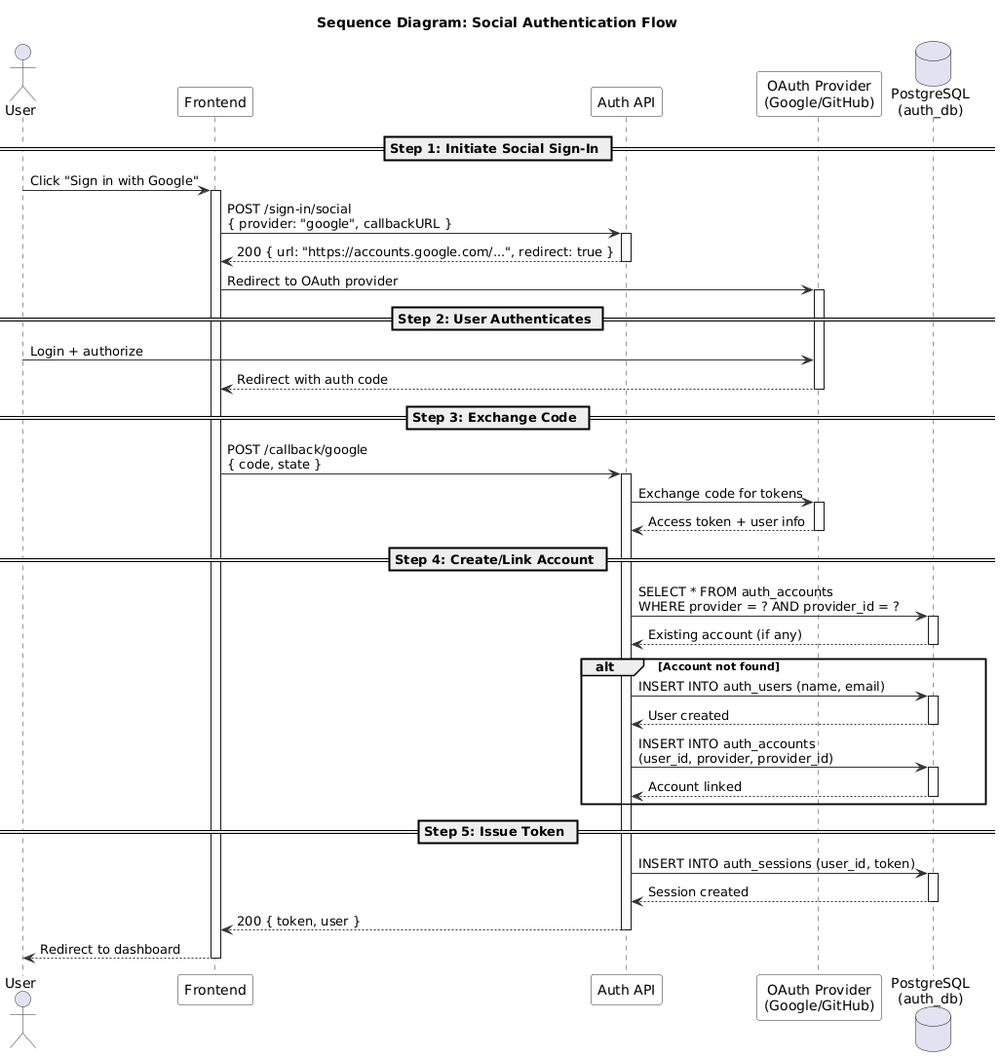
This is modules/dist/auth/images/sequence/social-auth-sequence.png from namnh240795/document, a PlantUML export, as it was before one commit.
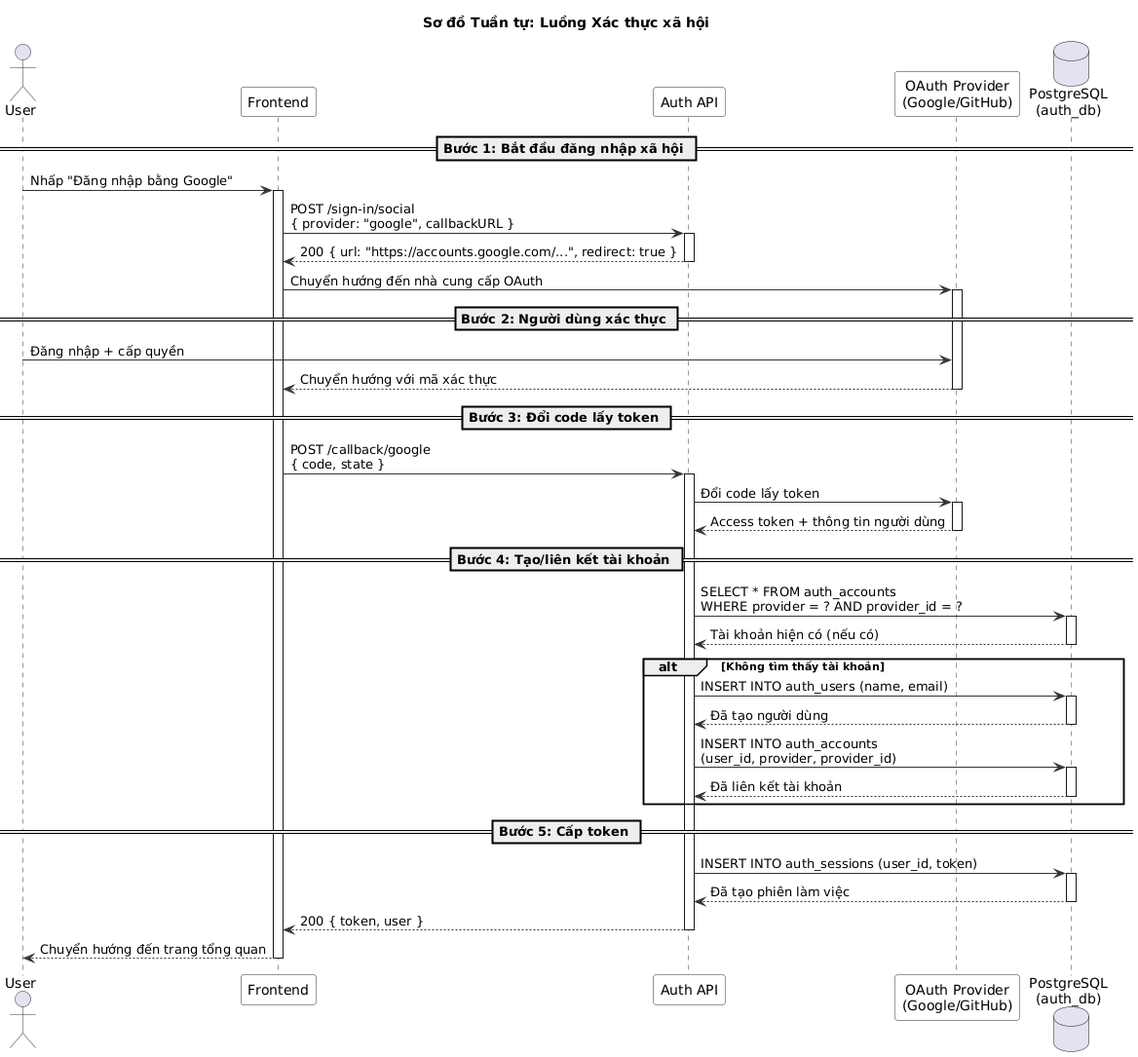
Later version of the same file.

What changed in the source:
```diff
@@ -8,7 +8,7 @@
   ParticipantBorderColor #333333
 }
 
-title Sequence Diagram: Social Authentication Flow
+title Sơ đồ Tuần tự: Luồng Xác thực xã hội
 
 actor User
 participant "Frontend" as FE
@@ -16,9 +16,9 @@
 participant "OAuth Provider\n(Google/GitHub)" as OAuth
 database "PostgreSQL\n(auth_db)" as DB
 
-== Step 1: Initiate Social Sign-In ==
+== Bước 1: Bắt đầu đăng nhập xã hội ==
 
-User -> FE : Click "Sign in with Google"
+User -> FE : Nhấp "Đăng nhập bằng Google"
 activate FE
 
 FE -> API : POST /sign-in/social\n{ provider: "google", callbackURL }
@@ -27,55 +27,55 @@
 API --> FE : 200 { url: "https://accounts.google.com/...", redirect: true }
 deactivate API
 
-FE -> OAuth : Redirect to OAuth provider
+FE -> OAuth : Chuyển hướng đến nhà cung cấp OAuth
 activate OAuth
 
-== Step 2: User Authenticates ==
+== Bước 2: Người dùng xác thực ==
 
-User -> OAuth : Login + authorize
-OAuth --> FE : Redirect with auth code
+User -> OAuth : Đăng nhập + cấp quyền
+OAuth --> FE : Chuyển hướng với mã xác thực
 deactivate OAuth
 
-== Step 3: Exchange Code ==
+== Bước 3: Đổi code lấy token ==
 
 FE -> API : POST /callback/google\n{ code, state }
 activate API
 
-API -> OAuth : Exchange code for tokens
+API -> OAuth : Đổi code lấy token
 activate OAuth
-OAuth --> API : Access token + user info
+OAuth --> API : Access token + thông tin người dùng
 deactivate OAuth
 
-== Step 4: Create/Link Account ==
+== Bước 4: Tạo/liên kết tài khoản ==
 
 API -> DB : SELECT * FROM auth_accounts\nWHERE provider = ? AND provider_id = ?
 activate DB
-DB --> API : Existing account (if any)
+DB --> API : Tài khoản hiện có (nếu có)
 deactivate DB
 
-alt Account not found
+alt Không tìm thấy tài khoản
   API -> DB : INSERT INTO auth_users (name, email)
   activate DB
-  DB --> API : User created
+  DB --> API : Đã tạo người dùng
   deactivate DB
 
   API -> DB : INSERT INTO auth_accounts\n(user_id, provider, provider_id)
   activate DB
-  DB --> API : Account linked
+  DB --> API : Đã liên kết tài khoản
   deactivate DB
 end
 
-== Step 5: Issue Token ==
+== Bước 5: Cấp token ==
 
 API -> DB : INSERT INTO auth_sessions (user_id, token)
 activate DB
-DB --> API : Session created
+DB --> API : Đã tạo phiên làm việc
 deactivate DB
 
 API --> FE : 200 { token, user }
 deactivate API
 
-FE --> User : Redirect to dashboard
+FE --> User : Chuyển hướng đến trang tổng quan
 deactivate FE
 
 @enduml
```
